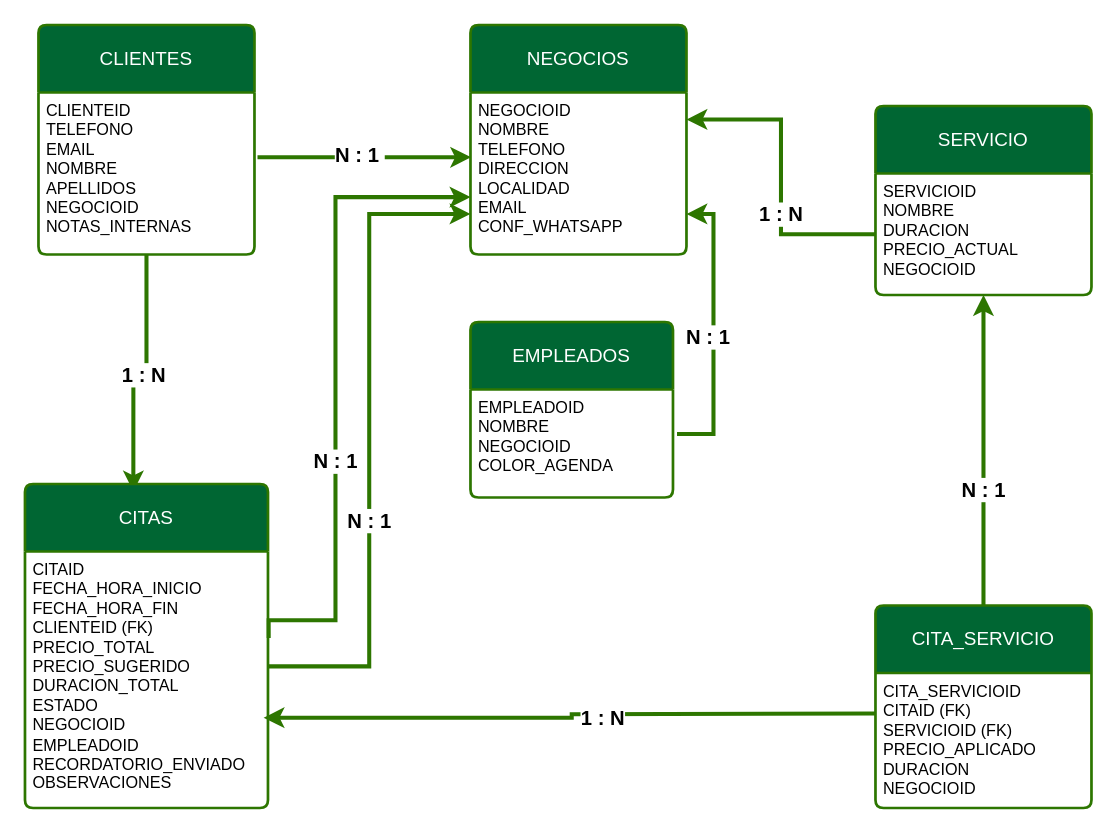
malbaaparicio/GestionCitasApi keeps this draw.io diagram as Diagrama sin título.drawio. Above is the earlier version. Source tidied: cells renumbered, new cells numbered last; positions are measured from the earlier drawing's top-left corner, leaving out a move shared by most shapes. Both pictures are drawn from the tidied source at 135%, with x=0, y=0 at pixel (24, 24).
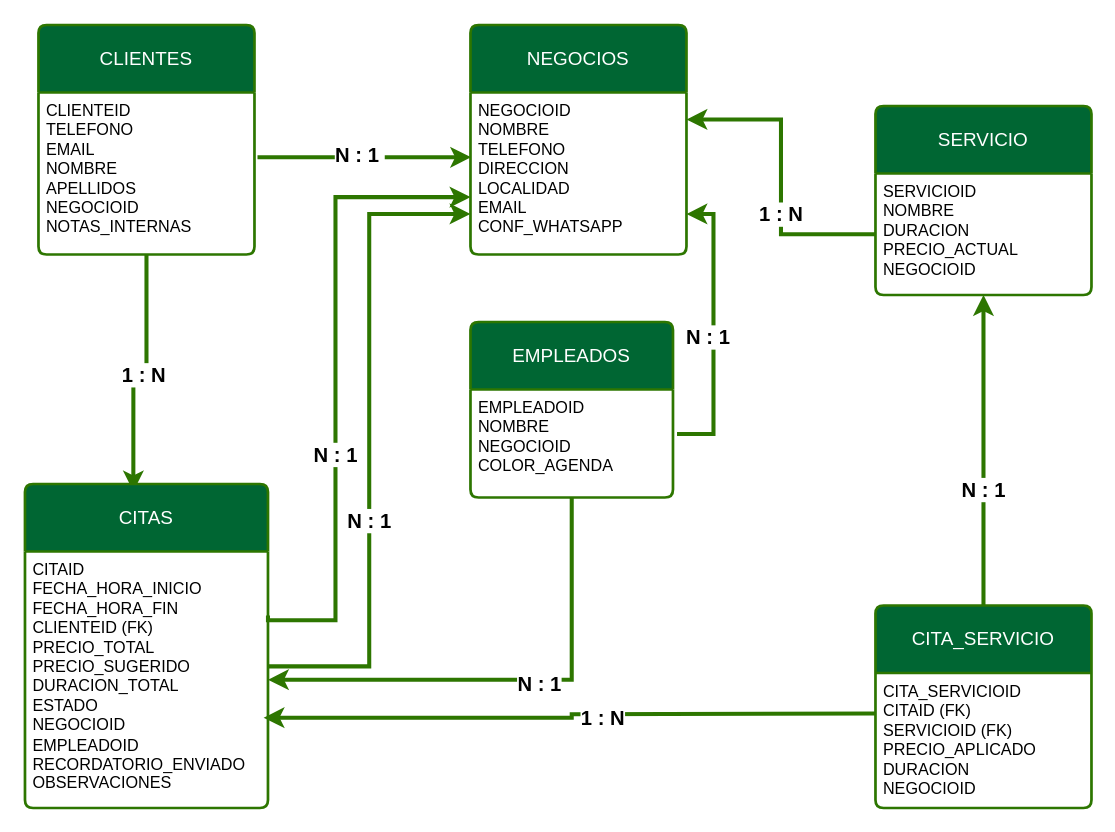
The same page after the edit.

Unchanged cells that the change refers to:
```xml
<mxCell id="9" value="&lt;div&gt;CITAID&lt;/div&gt;FECHA_HORA_INICIO&lt;div&gt;FECHA_HORA_FIN&lt;br&gt;&lt;div&gt;&lt;span style=&quot;background-color: transparent; color: light-dark(rgb(0, 0, 0), rgb(255, 255, 255));&quot;&gt;CLIENTEID (FK)&lt;/span&gt;&lt;/div&gt;&lt;div&gt;PRECIO_TOTAL&lt;/div&gt;&lt;div&gt;PRECIO_SUGERIDO&lt;/div&gt;&lt;div&gt;DURACION_TOTAL&lt;/div&gt;&lt;div&gt;ESTADO&lt;/div&gt;&lt;div&gt;NEGOCIOID&lt;/div&gt;&lt;div&gt;EMPLEADOID&lt;/div&gt;&lt;div&gt;RECORDATORIO_ENVIADO&lt;br&gt;&lt;div&gt;OBSERVACIONES&lt;/div&gt;&lt;/div&gt;&lt;/div&gt;" style="align=left;strokeColor=none;fillColor=none;spacingLeft=4;spacingRight=4;fontSize=12;verticalAlign=top;html=1;whiteSpace=wrap;" parent="8" vertex="1">
  <mxGeometry y="50" width="180" height="190" as="geometry" />
</mxCell>
<mxCell id="16" value="NEGOCIOS" style="swimlane;horizontal=1;startSize=50;rounded=1;fontSize=14;fontStyle=0;strokeWidth=2;shadow=0;dashed=0;align=center;arcSize=4;whiteSpace=wrap;html=1;fillColor=#006633;fontColor=#ffffff;strokeColor=#2D7600;" parent="1" vertex="1">
  <mxGeometry x="330" width="160" height="170" as="geometry" />
</mxCell>
<mxCell id="21" value="&lt;div&gt;EMPLEADOID&lt;/div&gt;NOMBRE&lt;br&gt;&lt;div&gt;NEGOCIOID&lt;/div&gt;&lt;div&gt;COLOR_AGENDA&lt;/div&gt;&lt;div&gt;&lt;br&gt;&lt;div&gt;&lt;br&gt;&lt;/div&gt;&lt;/div&gt;" style="align=left;strokeColor=none;fillColor=none;spacingLeft=4;spacingRight=4;fontSize=12;verticalAlign=top;html=1;whiteSpace=wrap;" parent="20" vertex="1">
  <mxGeometry y="50" width="150" height="80" as="geometry" />
</mxCell>
```

Change to the diagram source:
```diff
@@
-    <mxCell id="28" style="edgeStyle=orthogonalEdgeStyle;rounded=0;jettySize=auto;html=1;strokeWidth=3;fillColor=#60a917;strokeColor=#2D7600;exitX=1.003;exitY=0.337;exitDx=0;exitDy=0;exitPerimeter=0;entryX=0;entryY=0.75;entryDx=0;entryDy=0;" parent="1" edge="1" source="9" target="16">
+    <mxCell id="28" style="edgeStyle=orthogonalEdgeStyle;rounded=0;jettySize=auto;html=1;strokeWidth=3;fillColor=#60a917;strokeColor=#2D7600;exitX=1;exitY=0.25;exitDx=0;exitDy=0;entryX=0;entryY=0.75;entryDx=0;entryDy=0;" parent="1" edge="1" source="9" target="16">
       <mxGeometry relative="1" as="geometry">
         <Array as="points">
+          <mxPoint x="180" y="441" />
           <mxPoint x="230" y="441" />
           <mxPoint x="230" y="128" />
         </Array>
       </mxGeometry>
     </mxCell>
@@
+    <mxCell id="30" style="edgeStyle=orthogonalEdgeStyle;rounded=0;jettySize=auto;html=1;entryX=1;entryY=0.5;entryDx=0;entryDy=0;strokeWidth=3;fillColor=#60a917;strokeColor=#2D7600;exitX=0.5;exitY=1;exitDx=0;exitDy=0;" parent="1" edge="1" source="21" target="9">
+      <mxGeometry relative="1" as="geometry" />
+    </mxCell>
+    <mxCell id="31" value="&lt;font style=&quot;font-size: 15px;&quot;&gt;&lt;b&gt;N : 1&lt;/b&gt;&lt;/font&gt;" style="edgeLabel;html=1;align=center;verticalAlign=middle;" parent="30" vertex="1">
+      <mxGeometry x="-0.11" y="2" relative="1" as="geometry" />
+    </mxCell>
```
